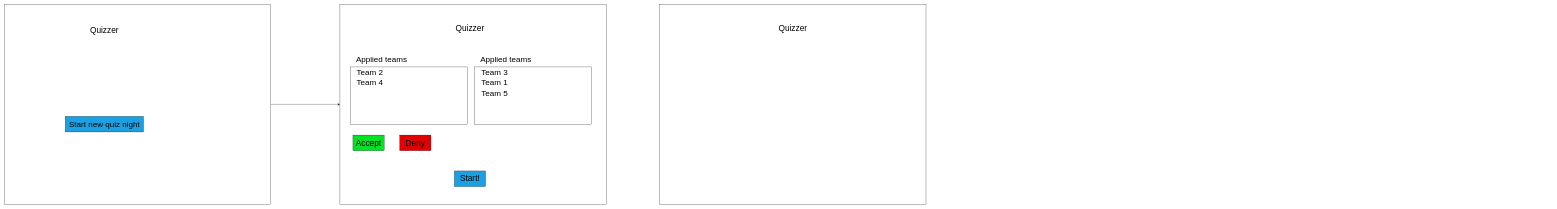
Before: wireframes/quiz-master.drawio in Kafune/sep2020-quizzer-steven-kachung, a draw.io diagram. Source tidied: cells renumbered, new cells numbered last; positions are measured from the earlier drawing's top-left corner, leaving out a move shared by most shapes. Both pictures are drawn from the tidied source at 26%, with x=0, y=0 at pixel (4, 4).
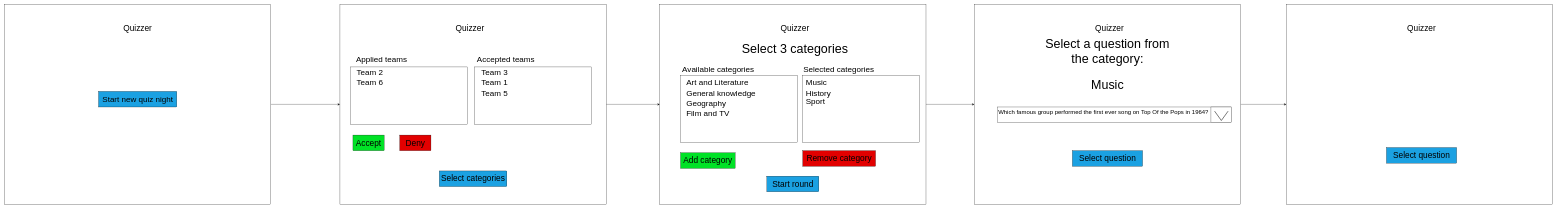
The same page after the edit.

Unchanged cells that the change refers to:
```xml
<mxCell id="6" style="rounded=0;whiteSpace=wrap;html=1;" parent="1" vertex="1">
  <mxGeometry x="1290" width="1024" height="768" as="geometry" />
</mxCell>
<mxCell id="21" style="rounded=0;whiteSpace=wrap;html=1;" parent="1" vertex="1">
  <mxGeometry x="2520" width="1024" height="768" as="geometry" />
</mxCell>
```

The edit, as a diff of the source:
```diff
@@
     <mxCell id="4" value="Quizzer" style="text;html=1;strokeColor=none;fillColor=none;align=center;verticalAlign=middle;whiteSpace=wrap;rounded=0;fontSize=32;" parent="1" vertex="1">
-      <mxGeometry x="364" y="90" width="40" height="20" as="geometry" />
+      <mxGeometry x="492" y="80" width="40" height="20" as="geometry" />
     </mxCell>
     <mxCell id="5" value="Start new quiz night" style="rounded=0;whiteSpace=wrap;html=1;fontSize=31;fillColor=#1BA1E2;" parent="1" vertex="1">
-      <mxGeometry x="233.5" y="430" width="301" height="60" as="geometry" />
+      <mxGeometry x="361.5" y="334" width="301" height="60" as="geometry" />
     </mxCell>
+    <mxCell id="23" style="edgeStyle=orthogonalEdgeStyle;rounded=0;jettySize=auto;html=1;fontSize=48;" parent="1" edge="1" source="6" target="21">
+      <mxGeometry relative="1" as="geometry" />
+    </mxCell>
@@
-    <mxCell id="8" value="Start!" style="rounded=0;whiteSpace=wrap;html=1;fillColor=#1BA1E2;fontSize=32;" parent="1" vertex="1">
-      <mxGeometry x="1730" y="640" width="120" height="60" as="geometry" />
+    <mxCell id="8" value="Select categories" style="rounded=0;whiteSpace=wrap;html=1;fillColor=#1BA1E2;fontSize=32;" parent="1" vertex="1">
+      <mxGeometry x="1672" y="640" width="260" height="60" as="geometry" />
     </mxCell>
@@
-    <mxCell id="14" value="Applied teams" style="text;html=1;strokeColor=none;fillColor=none;align=center;verticalAlign=middle;whiteSpace=wrap;rounded=0;fontSize=31;" parent="1" vertex="1">
+    <mxCell id="14" value="Accepted teams" style="text;html=1;strokeColor=none;fillColor=none;align=center;verticalAlign=middle;whiteSpace=wrap;rounded=0;fontSize=31;" parent="1" vertex="1">
       <mxGeometry x="1808" y="200" width="240" height="20" as="geometry" />
     </mxCell>
@@
-    <mxCell id="17" value="Team 4" style="text;html=1;strokeColor=none;fillColor=none;align=center;verticalAlign=middle;whiteSpace=wrap;rounded=0;fontSize=31;" parent="1" vertex="1">
+    <mxCell id="17" value="Team 6" style="text;html=1;strokeColor=none;fillColor=none;align=center;verticalAlign=middle;whiteSpace=wrap;rounded=0;fontSize=31;" parent="1" vertex="1">
       <mxGeometry x="1340" y="290" width="130" height="20" as="geometry" />
     </mxCell>
@@
+    <mxCell id="24" style="edgeStyle=orthogonalEdgeStyle;rounded=0;jettySize=auto;html=1;fontSize=48;" parent="1" edge="1" source="21" target="41">
+      <mxGeometry relative="1" as="geometry" />
+    </mxCell>
@@
     <mxCell id="22" value="Quizzer" style="text;html=1;strokeColor=none;fillColor=none;align=center;verticalAlign=middle;whiteSpace=wrap;rounded=0;fontSize=32;" parent="1" vertex="1">
-      <mxGeometry x="3012" y="80" width="40" height="20" as="geometry" />
+      <mxGeometry x="3020" y="80" width="40" height="20" as="geometry" />
     </mxCell>
+    <mxCell id="25" style="rounded=0;whiteSpace=wrap;html=1;fontSize=31;fillColor=#FFFFFF;" parent="1" vertex="1">
+      <mxGeometry x="2600" y="274" width="450" height="256" as="geometry" />
+    </mxCell>
+    <mxCell id="26" value="Available categories" style="text;html=1;strokeColor=none;fillColor=none;align=center;verticalAlign=middle;whiteSpace=wrap;rounded=0;fontSize=31;" parent="1" vertex="1">
+      <mxGeometry x="2600" y="240" width="290" height="20" as="geometry" />
+    </mxCell>
+    <mxCell id="27" value="Art and Literature" style="text;html=1;strokeColor=none;fillColor=none;align=left;verticalAlign=middle;whiteSpace=wrap;rounded=0;fontSize=31;" parent="1" vertex="1">
+      <mxGeometry x="2620" y="290" width="410" height="20" as="geometry" />
+    </mxCell>
+    <mxCell id="28" value="Add category" style="rounded=0;whiteSpace=wrap;html=1;fontSize=32;fillColor=#00E226;" parent="1" vertex="1">
+      <mxGeometry x="2600" y="570" width="210" height="60" as="geometry" />
+    </mxCell>
+    <mxCell id="29" style="rounded=0;whiteSpace=wrap;html=1;fontSize=31;fillColor=#FFFFFF;" parent="1" vertex="1">
+      <mxGeometry x="3070" y="272" width="450" height="258" as="geometry" />
+    </mxCell>
+    <mxCell id="30" value="Selected categories" style="text;html=1;strokeColor=none;fillColor=none;align=left;verticalAlign=middle;whiteSpace=wrap;rounded=0;fontSize=31;" parent="1" vertex="1">
+      <mxGeometry x="3070" y="240" width="410" height="20" as="geometry" />
+    </mxCell>
+    <mxCell id="31" value="General knowledge" style="text;html=1;strokeColor=none;fillColor=none;align=left;verticalAlign=middle;whiteSpace=wrap;rounded=0;fontSize=31;" parent="1" vertex="1">
+      <mxGeometry x="2620" y="330" width="410" height="20" as="geometry" />
+    </mxCell>
+    <mxCell id="32" value="Music" style="text;html=1;strokeColor=none;fillColor=none;align=left;verticalAlign=middle;whiteSpace=wrap;rounded=0;fontSize=31;" parent="1" vertex="1">
+      <mxGeometry x="3080" y="290" width="410" height="20" as="geometry" />
+    </mxCell>
+    <mxCell id="33" value="History" style="text;html=1;strokeColor=none;fillColor=none;align=left;verticalAlign=middle;whiteSpace=wrap;rounded=0;fontSize=31;" parent="1" vertex="1">
+      <mxGeometry x="3080" y="330" width="410" height="20" as="geometry" />
+    </mxCell>
+    <mxCell id="34" value="Geography" style="text;html=1;strokeColor=none;fillColor=none;align=left;verticalAlign=middle;whiteSpace=wrap;rounded=0;fontSize=31;" parent="1" vertex="1">
+      <mxGeometry x="2620" y="370" width="410" height="20" as="geometry" />
+    </mxCell>
+    <mxCell id="35" value="Remove category" style="rounded=0;whiteSpace=wrap;html=1;fontSize=32;fillColor=#E20000;" parent="1" vertex="1">
+      <mxGeometry x="3070" y="562" width="280" height="60" as="geometry" />
+    </mxCell>
+    <mxCell id="36" value="Start round" style="rounded=0;whiteSpace=wrap;html=1;fillColor=#1BA1E2;fontSize=32;" parent="1" vertex="1">
+      <mxGeometry x="2932" y="660" width="200" height="60" as="geometry" />
+    </mxCell>
+    <mxCell id="37" value="Select 3 categories" style="text;html=1;strokeColor=none;fillColor=none;align=center;verticalAlign=middle;whiteSpace=wrap;rounded=0;fontSize=48;" parent="1" vertex="1">
+      <mxGeometry x="2800" y="160" width="480" height="20" as="geometry" />
+    </mxCell>
+    <mxCell id="38" value="Sport" style="text;html=1;strokeColor=none;fillColor=none;align=left;verticalAlign=middle;whiteSpace=wrap;rounded=0;fontSize=31;" parent="1" vertex="1">
+      <mxGeometry x="3080" y="363" width="410" height="20" as="geometry" />
+    </mxCell>
+    <mxCell id="39" value="Film and TV" style="text;html=1;strokeColor=none;fillColor=none;align=left;verticalAlign=middle;whiteSpace=wrap;rounded=0;fontSize=31;" parent="1" vertex="1">
+      <mxGeometry x="2620" y="410" width="410" height="20" as="geometry" />
+    </mxCell>
+    <mxCell id="40" style="edgeStyle=orthogonalEdgeStyle;rounded=0;jettySize=auto;html=1;fontSize=23;" parent="1" edge="1" source="41" target="49">
+      <mxGeometry relative="1" as="geometry" />
+    </mxCell>
+    <mxCell id="41" style="rounded=0;whiteSpace=wrap;html=1;" parent="1" vertex="1">
+      <mxGeometry x="3730" width="1024" height="768" as="geometry" />
+    </mxCell>
+    <mxCell id="42" value="Quizzer" style="text;html=1;strokeColor=none;fillColor=none;align=center;verticalAlign=middle;whiteSpace=wrap;rounded=0;fontSize=32;" parent="1" vertex="1">
+      <mxGeometry x="4230" y="80" width="40" height="20" as="geometry" />
+    </mxCell>
+    <mxCell id="43" value="Select a question from the category:" style="text;html=1;strokeColor=none;fillColor=none;align=center;verticalAlign=middle;whiteSpace=wrap;rounded=0;fontSize=48;" parent="1" vertex="1">
+      <mxGeometry x="4002" y="170" width="480" height="20" as="geometry" />
+    </mxCell>
+    <mxCell id="44" value="Music" style="text;html=1;strokeColor=none;fillColor=none;align=center;verticalAlign=middle;whiteSpace=wrap;rounded=0;fontSize=48;" parent="1" vertex="1">
+      <mxGeometry x="4002" y="300" width="480" height="20" as="geometry" />
+    </mxCell>
+    <mxCell id="45" value="Which famous group performed the first ever song on Top Of the Pops in 1964?" style="rounded=0;whiteSpace=wrap;html=1;fillColor=#FFFFFF;fontSize=23;align=left;verticalAlign=top;" parent="1" vertex="1">
+      <mxGeometry x="3820" y="394" width="900" height="60" as="geometry" />
+    </mxCell>
+    <mxCell id="46" style="rounded=0;whiteSpace=wrap;html=1;strokeColor=#000000;fontSize=48;align=left;fillColor=#FFFFFF;" parent="1" vertex="1">
+      <mxGeometry x="4640" y="394" width="80" height="60" as="geometry" />
+    </mxCell>
+    <mxCell id="47" style="html=1;verticalLabelPosition=bottom;labelBackgroundColor=#ffffff;verticalAlign=top;shadow=0;dashed=0;strokeWidth=2;shape=mxgraph.ios7.misc.down;fillColor=#FFFFFF;fontSize=48;align=left;" parent="1" vertex="1">
+      <mxGeometry x="4654" y="410" width="52" height="36" as="geometry" />
+    </mxCell>
+    <mxCell id="48" value="Select question" style="rounded=0;whiteSpace=wrap;html=1;fillColor=#1BA1E2;fontSize=32;" parent="1" vertex="1">
+      <mxGeometry x="4107" y="562" width="270" height="60" as="geometry" />
+    </mxCell>
+    <mxCell id="49" style="rounded=0;whiteSpace=wrap;html=1;" parent="1" vertex="1">
+      <mxGeometry x="4930" width="1024" height="768" as="geometry" />
+    </mxCell>
+    <mxCell id="50" value="Quizzer" style="text;html=1;strokeColor=none;fillColor=none;align=center;verticalAlign=middle;whiteSpace=wrap;rounded=0;fontSize=32;" parent="1" vertex="1">
+      <mxGeometry x="5430" y="80" width="40" height="20" as="geometry" />
+    </mxCell>
+    <mxCell id="51" value="Select question" style="rounded=0;whiteSpace=wrap;html=1;fillColor=#1BA1E2;fontSize=32;" parent="1" vertex="1">
+      <mxGeometry x="5315" y="550" width="270" height="60" as="geometry" />
+    </mxCell>
```
